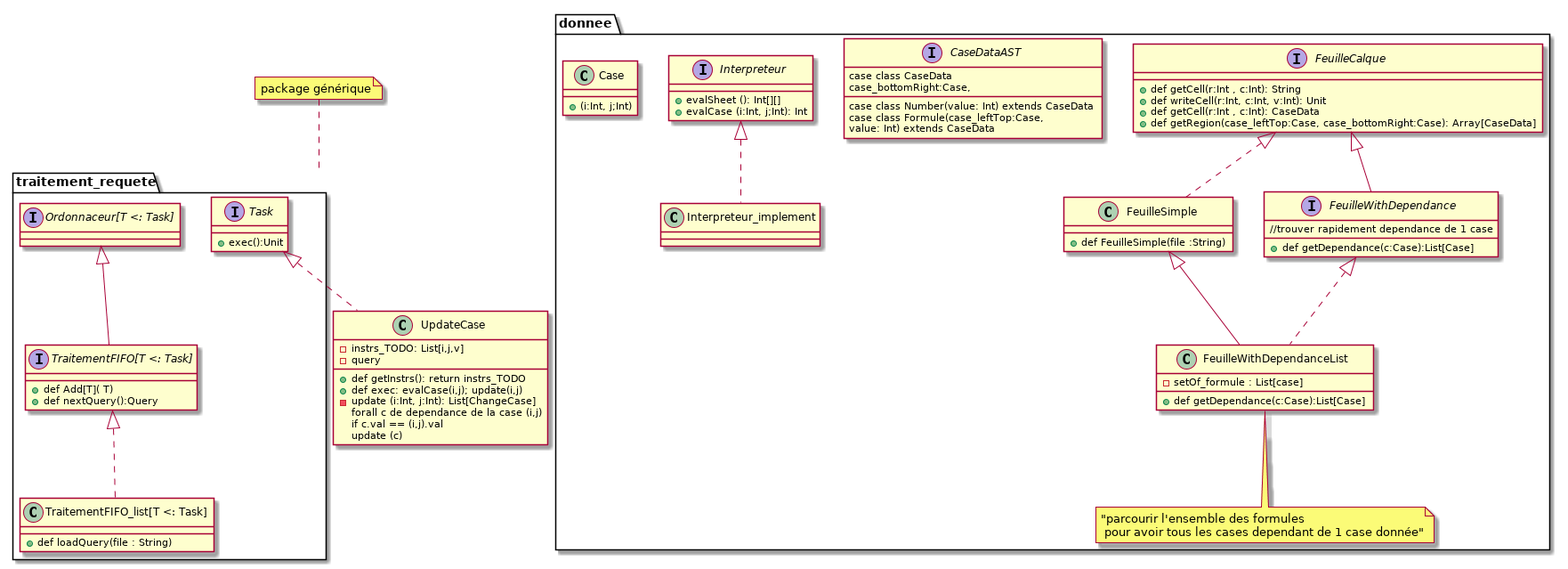
The PlantUML diagram defis/1/madz/diagramme de classe.png in yurug/pcomp-2019, before a commit.
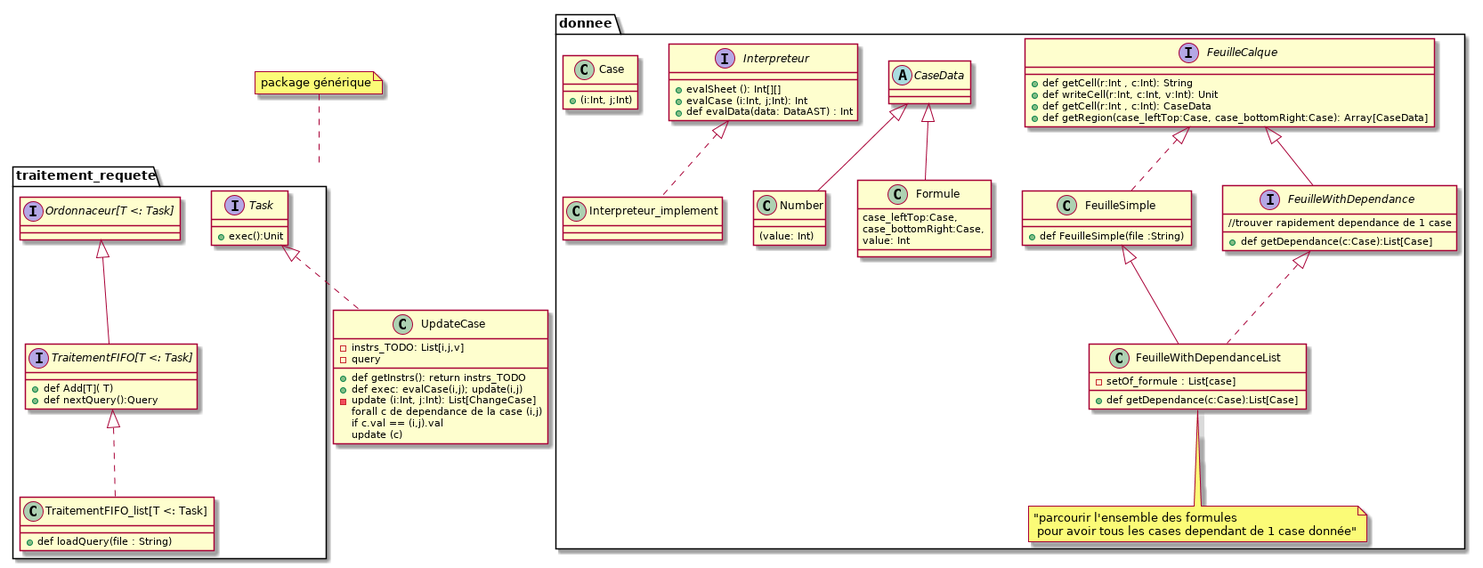
After the change.

Diff of the diagram source:
```diff
@@ -7,13 +7,17 @@
 		+def getCell(r:Int , c:Int): CaseData
 		+def getRegion(case_leftTop:Case, case_bottomRight:Case): Array[CaseData]
 	}
-	interface CaseDataAST{
-		case class CaseData
-		case class Number(value: Int) extends CaseData
-		case class Formule(case_leftTop:Case,
-			case_bottomRight:Case,
-			value: Int) extends CaseData
-	}
+		 abstract class CaseData
+		 class Number{
+		 	(value: Int)
+		 }
+		 class Formule{
+		 	case_leftTop:Case,
+		 		case_bottomRight:Case,
+		 		value: Int
+		 }
+		 CaseData <|-- Number
+		 CaseData <|-- Formule
 	interface FeuilleWithDependance {
 	//trouver rapidement dependance de 1 case
 		+def getDependance(c:Case):List[Case]
@@ -36,7 +40,7 @@
 	interface Interpreteur{
 		+evalSheet (): Int[][]
 		+evalCase (i:Int, j;Int): Int
-
+		+def evalData(data: DataAST) : Int
 	}
 	class Interpreteur_implement
 	Interpreteur <|.. Interpreteur_implement
```
